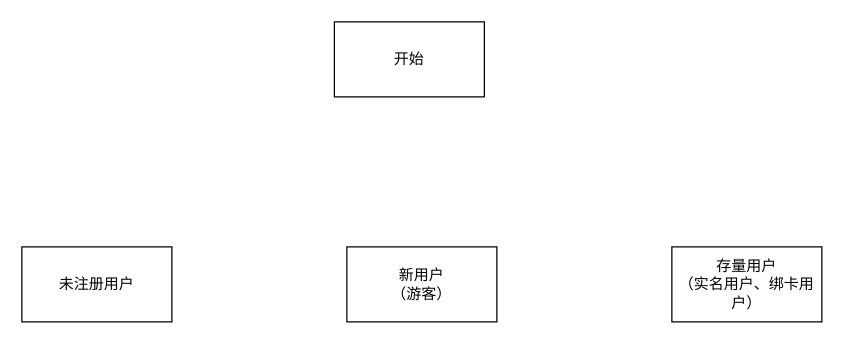
Above: 优业贷-预授信申请.drawio in cnbillsomeday/jsproxy (draw.io), before the change. Source tidied: cells renumbered, new cells numbered last; positions are measured from the earlier drawing's top-left corner, leaving out a move shared by most shapes. Both pictures are drawn from the tidied source at 125%, with x=0, y=0 at pixel (21, 21).
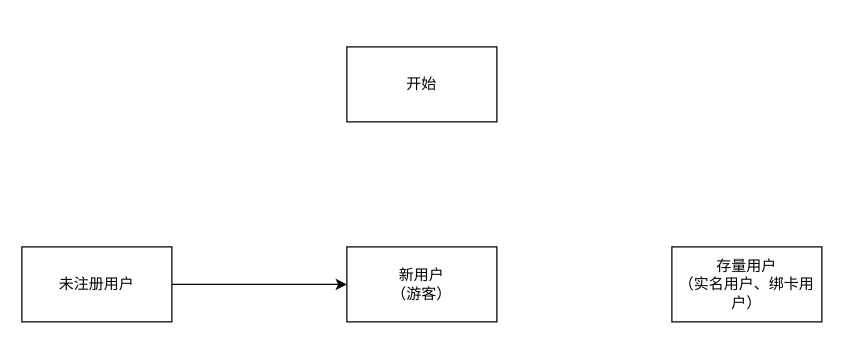
The same diagram, later.

Commit message:
更新优业贷-预授信申请.drawio

Change to the diagram source:
```diff
@@
 <mxGraphModel>
   <root>
     <mxCell id="0" />
     <mxCell id="1" parent="0" />
     <mxCell id="2" value="开始" style="rounded=0;whiteSpace=wrap;html=1;" parent="1" vertex="1">
-      <mxGeometry x="250" width="120" height="60" as="geometry" />
+      <mxGeometry x="260" y="20" width="120" height="60" as="geometry" />
     </mxCell>
+    <mxCell id="6" style="edgeStyle=orthogonalEdgeStyle;rounded=0;jettySize=auto;html=1;exitX=1;exitY=0.5;exitDx=0;exitDy=0;entryX=0;entryY=0.5;entryDx=0;entryDy=0;" parent="1" edge="1" source="3" target="4">
+      <mxGeometry relative="1" as="geometry" />
+    </mxCell>
     <mxCell id="3" value="未注册用户" style="rounded=0;whiteSpace=wrap;html=1;" parent="1" vertex="1">
       <mxGeometry y="180" width="120" height="60" as="geometry" />
     </mxCell>
     <mxCell id="4" value="新用户&lt;br&gt;（游客）" style="rounded=0;whiteSpace=wrap;html=1;" parent="1" vertex="1">
       <mxGeometry x="260" y="180" width="120" height="60" as="geometry" />
     </mxCell>
     <mxCell id="5" value="存量用户&lt;br&gt;（实名用户、绑卡用户）" style="rounded=0;whiteSpace=wrap;html=1;" parent="1" vertex="1">
       <mxGeometry x="520" y="180" width="120" height="60" as="geometry" />
     </mxCell>
   </root>
 </mxGraphModel>
```
